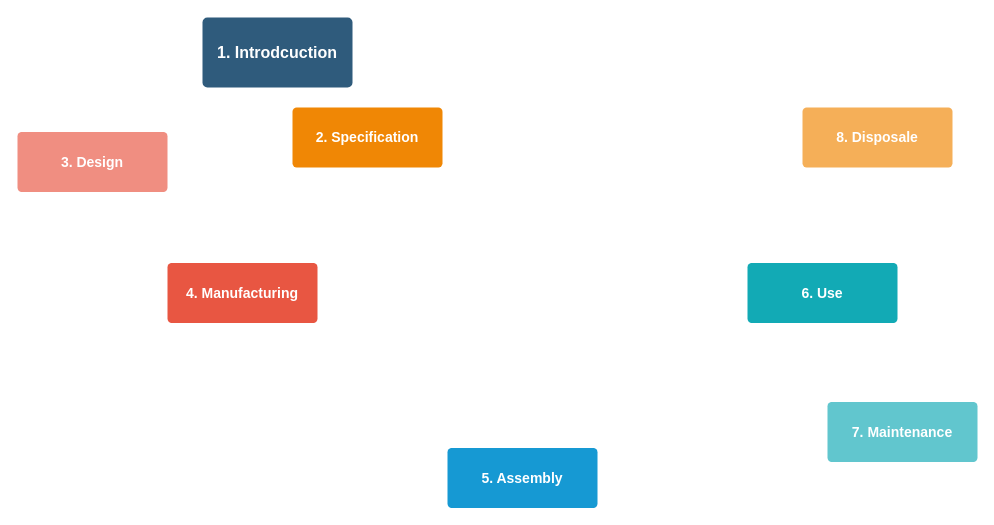
The draw.io diagram V diagram.drawio in amerezoji1362/drawio-github, before the edit. Source tidied: cells renumbered, new cells numbered last; positions are measured from the earlier drawing's top-left corner, leaving out a move shared by most shapes. Both pictures are drawn from the tidied source at 100%, with x=0, y=0 at pixel (17, 17).
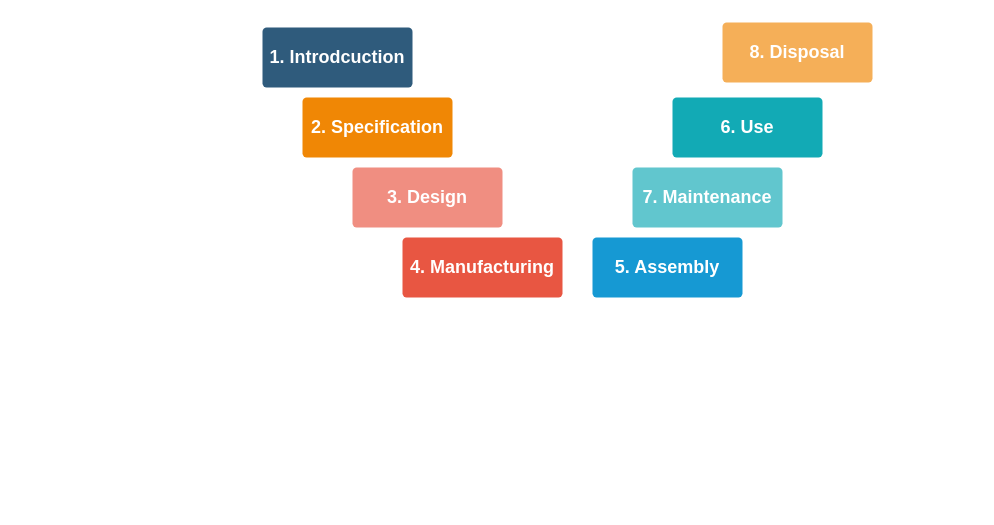
The same page after the edit.

Change to the diagram source:
```diff
@@
 <mxGraphModel>
   <root>
     <mxCell id="0" />
     <mxCell id="1" parent="0" />
-    <mxCell id="2" value="1. Introdcuction" style="rounded=1;whiteSpace=wrap;html=1;shadow=0;labelBackgroundColor=none;strokeColor=none;strokeWidth=3;fillColor=#2F5B7C;fontFamily=Helvetica;fontSize=16;fontColor=#FFFFFF;align=center;fontStyle=1;spacing=5;arcSize=7;perimeterSpacing=2;" parent="1" vertex="1">
-      <mxGeometry x="185" width="150" height="70" as="geometry" />
+    <mxCell id="2" value="&lt;font style=&quot;font-size: 18px&quot;&gt;1. Introdcuction&lt;/font&gt;" style="rounded=1;whiteSpace=wrap;html=1;shadow=0;labelBackgroundColor=none;strokeColor=none;strokeWidth=3;fillColor=#2F5B7C;fontFamily=Helvetica;fontSize=16;fontColor=#FFFFFF;align=center;fontStyle=1;spacing=5;arcSize=7;perimeterSpacing=2;" parent="1" vertex="1">
+      <mxGeometry x="245" y="10" width="150" height="60" as="geometry" />
     </mxCell>
-    <mxCell id="3" value="4. Manufacturing" style="rounded=1;whiteSpace=wrap;html=1;shadow=0;labelBackgroundColor=none;strokeColor=none;strokeWidth=3;fillColor=#e85642;fontFamily=Helvetica;fontSize=14;fontColor=#FFFFFF;align=center;spacing=5;fontStyle=1;arcSize=7;perimeterSpacing=2;" parent="1" vertex="1">
-      <mxGeometry x="150" y="245.5" width="150" height="60" as="geometry" />
+    <mxCell id="3" value="&lt;font style=&quot;font-size: 18px&quot;&gt;4. Manufacturing&lt;/font&gt;" style="rounded=1;whiteSpace=wrap;html=1;shadow=0;labelBackgroundColor=none;strokeColor=none;strokeWidth=3;fillColor=#e85642;fontFamily=Helvetica;fontSize=14;fontColor=#FFFFFF;align=center;spacing=5;fontStyle=1;arcSize=7;perimeterSpacing=2;" parent="1" vertex="1">
+      <mxGeometry x="385" y="220" width="160" height="60" as="geometry" />
     </mxCell>
-    <mxCell id="4" value="&lt;b&gt;3. Design&lt;/b&gt;" style="rounded=1;whiteSpace=wrap;html=1;shadow=0;labelBackgroundColor=none;strokeColor=none;strokeWidth=3;fillColor=#f08e81;fontFamily=Helvetica;fontSize=14;fontColor=#FFFFFF;align=center;spacing=5;fontStyle=0;arcSize=7;perimeterSpacing=2;" parent="1" vertex="1">
-      <mxGeometry y="114.5" width="150" height="60" as="geometry" />
+    <mxCell id="4" value="&lt;font style=&quot;font-size: 18px&quot;&gt;&lt;b&gt;3. Design&lt;/b&gt;&lt;/font&gt;" style="rounded=1;whiteSpace=wrap;html=1;shadow=0;labelBackgroundColor=none;strokeColor=none;strokeWidth=3;fillColor=#f08e81;fontFamily=Helvetica;fontSize=14;fontColor=#FFFFFF;align=center;spacing=5;fontStyle=0;arcSize=7;perimeterSpacing=2;" parent="1" vertex="1">
+      <mxGeometry x="335" y="150" width="150" height="60" as="geometry" />
     </mxCell>
-    <mxCell id="5" value="5. Assembly" style="rounded=1;whiteSpace=wrap;html=1;shadow=0;labelBackgroundColor=none;strokeColor=none;strokeWidth=3;fillColor=#1699d3;fontFamily=Helvetica;fontSize=14;fontColor=#FFFFFF;align=center;spacing=5;fontStyle=1;arcSize=7;perimeterSpacing=2;" parent="1" vertex="1">
-      <mxGeometry x="430" y="430.5" width="150" height="60" as="geometry" />
+    <mxCell id="5" value="&lt;font style=&quot;font-size: 18px&quot;&gt;5. Assembly&lt;/font&gt;" style="rounded=1;whiteSpace=wrap;html=1;shadow=0;labelBackgroundColor=none;strokeColor=none;strokeWidth=3;fillColor=#1699d3;fontFamily=Helvetica;fontSize=14;fontColor=#FFFFFF;align=center;spacing=5;fontStyle=1;arcSize=7;perimeterSpacing=2;" parent="1" vertex="1">
+      <mxGeometry x="575" y="220" width="150" height="60" as="geometry" />
     </mxCell>
-    <mxCell id="6" value="&lt;b&gt;2. Specification&lt;/b&gt;" style="rounded=1;whiteSpace=wrap;html=1;shadow=0;labelBackgroundColor=none;strokeColor=none;strokeWidth=3;fillColor=#F08705;fontFamily=Helvetica;fontSize=14;fontColor=#FFFFFF;align=center;spacing=5;fontStyle=1;arcSize=7;perimeterSpacing=2;" parent="1" vertex="1">
-      <mxGeometry x="275" y="90" width="150" height="60" as="geometry" />
+    <mxCell id="6" value="&lt;font style=&quot;font-size: 18px&quot;&gt;&lt;b&gt;2. Specification&lt;/b&gt;&lt;/font&gt;" style="rounded=1;whiteSpace=wrap;html=1;shadow=0;labelBackgroundColor=none;strokeColor=none;strokeWidth=3;fillColor=#F08705;fontFamily=Helvetica;fontSize=14;fontColor=#FFFFFF;align=center;spacing=5;fontStyle=1;arcSize=7;perimeterSpacing=2;" parent="1" vertex="1">
+      <mxGeometry x="285" y="80" width="150" height="60" as="geometry" />
     </mxCell>
-    <mxCell id="7" value="&lt;b&gt;8. Disposale&lt;/b&gt;" style="rounded=1;whiteSpace=wrap;html=1;shadow=0;labelBackgroundColor=none;strokeColor=none;strokeWidth=3;fillColor=#f5af58;fontFamily=Helvetica;fontSize=14;fontColor=#FFFFFF;align=center;spacing=5;arcSize=7;perimeterSpacing=2;" parent="1" vertex="1">
-      <mxGeometry x="785" y="90" width="150" height="60" as="geometry" />
+    <mxCell id="7" value="&lt;font style=&quot;font-size: 18px&quot;&gt;&lt;b&gt;8. Disposal&lt;/b&gt;&lt;/font&gt;" style="rounded=1;whiteSpace=wrap;html=1;shadow=0;labelBackgroundColor=none;strokeColor=none;strokeWidth=3;fillColor=#f5af58;fontFamily=Helvetica;fontSize=14;fontColor=#FFFFFF;align=center;spacing=5;arcSize=7;perimeterSpacing=2;" parent="1" vertex="1">
+      <mxGeometry x="705" y="5" width="150" height="60" as="geometry" />
     </mxCell>
-    <mxCell id="8" value="6. Use" style="rounded=1;whiteSpace=wrap;html=1;shadow=0;labelBackgroundColor=none;strokeColor=none;strokeWidth=3;fillColor=#12aab5;fontFamily=Helvetica;fontSize=14;fontColor=#FFFFFF;align=center;spacing=5;fontStyle=1;arcSize=7;perimeterSpacing=2;" parent="1" vertex="1">
-      <mxGeometry x="730" y="245.5" width="150" height="60" as="geometry" />
+    <mxCell id="8" value="&lt;font style=&quot;font-size: 18px&quot;&gt;6. Use&lt;/font&gt;" style="rounded=1;whiteSpace=wrap;html=1;shadow=0;labelBackgroundColor=none;strokeColor=none;strokeWidth=3;fillColor=#12aab5;fontFamily=Helvetica;fontSize=14;fontColor=#FFFFFF;align=center;spacing=5;fontStyle=1;arcSize=7;perimeterSpacing=2;" parent="1" vertex="1">
+      <mxGeometry x="655" y="80" width="150" height="60" as="geometry" />
     </mxCell>
-    <mxCell id="9" value="&lt;b&gt;7. Maintenance&lt;/b&gt;" style="rounded=1;whiteSpace=wrap;html=1;shadow=0;labelBackgroundColor=none;strokeColor=none;strokeWidth=3;fillColor=#61c6ce;fontFamily=Helvetica;fontSize=14;fontColor=#FFFFFF;align=center;spacing=5;fontStyle=0;arcSize=7;perimeterSpacing=2;" parent="1" vertex="1">
-      <mxGeometry x="810" y="384.5" width="150" height="60" as="geometry" />
+    <mxCell id="9" value="&lt;font style=&quot;font-size: 18px&quot;&gt;&lt;b&gt;7. Maintenance&lt;/b&gt;&lt;/font&gt;" style="rounded=1;whiteSpace=wrap;html=1;shadow=0;labelBackgroundColor=none;strokeColor=none;strokeWidth=3;fillColor=#61c6ce;fontFamily=Helvetica;fontSize=14;fontColor=#FFFFFF;align=center;spacing=5;fontStyle=0;arcSize=7;perimeterSpacing=2;" parent="1" vertex="1">
+      <mxGeometry x="615" y="150" width="150" height="60" as="geometry" />
     </mxCell>
   </root>
 </mxGraphModel>
```
